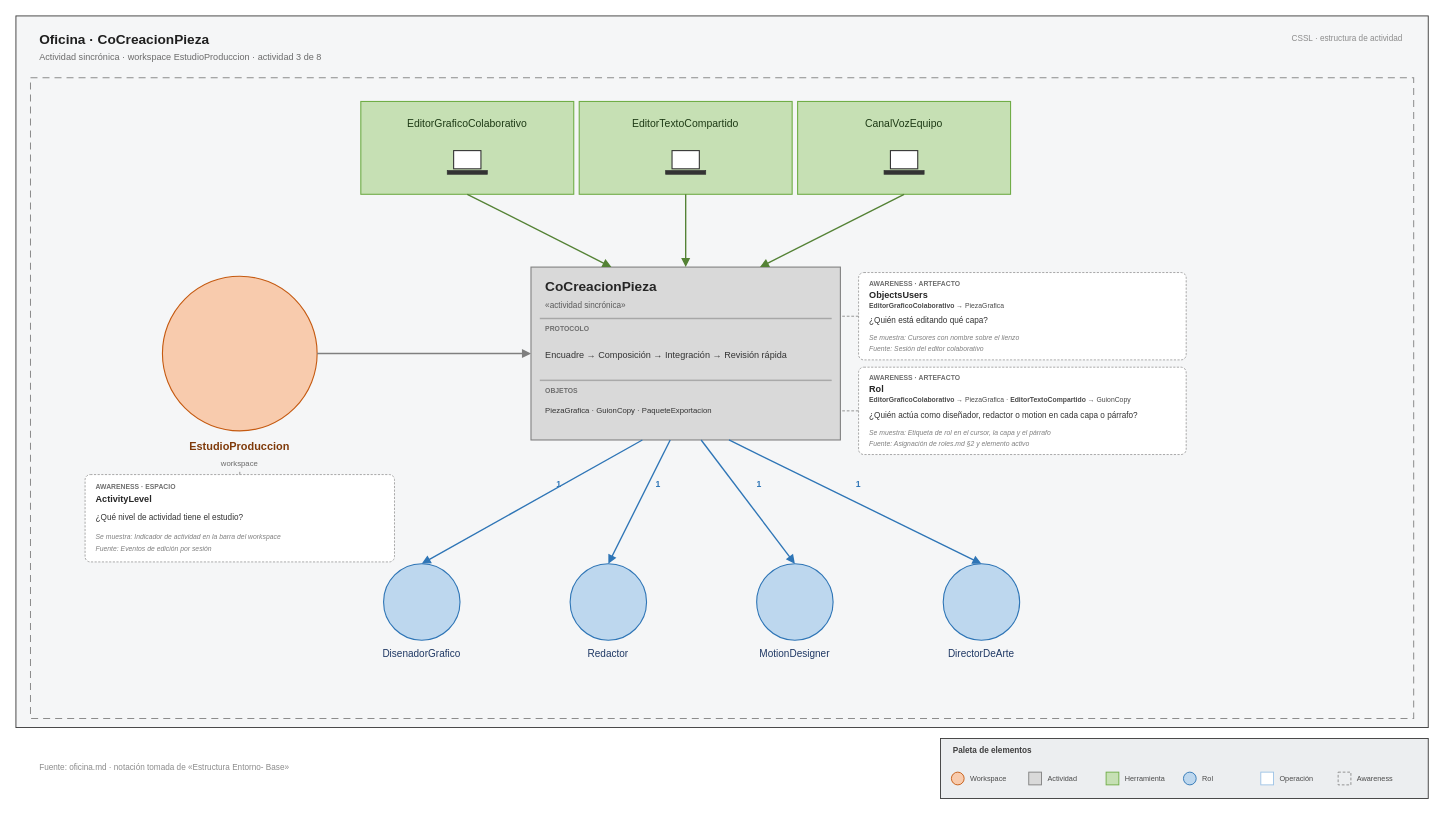
Before: page "3 · CoCreacionPieza" (3 of 8) of oficina/diagramas/02-actividades.drawio in lmbibbo/entornos, a draw.io diagram. Source tidied: cells renumbered, new cells numbered last; positions are measured from the earlier drawing's top-left corner, leaving out a move shared by most shapes. Both pictures are drawn from the tidied source at 91%, with x=0, y=0 at pixel (15, 15).
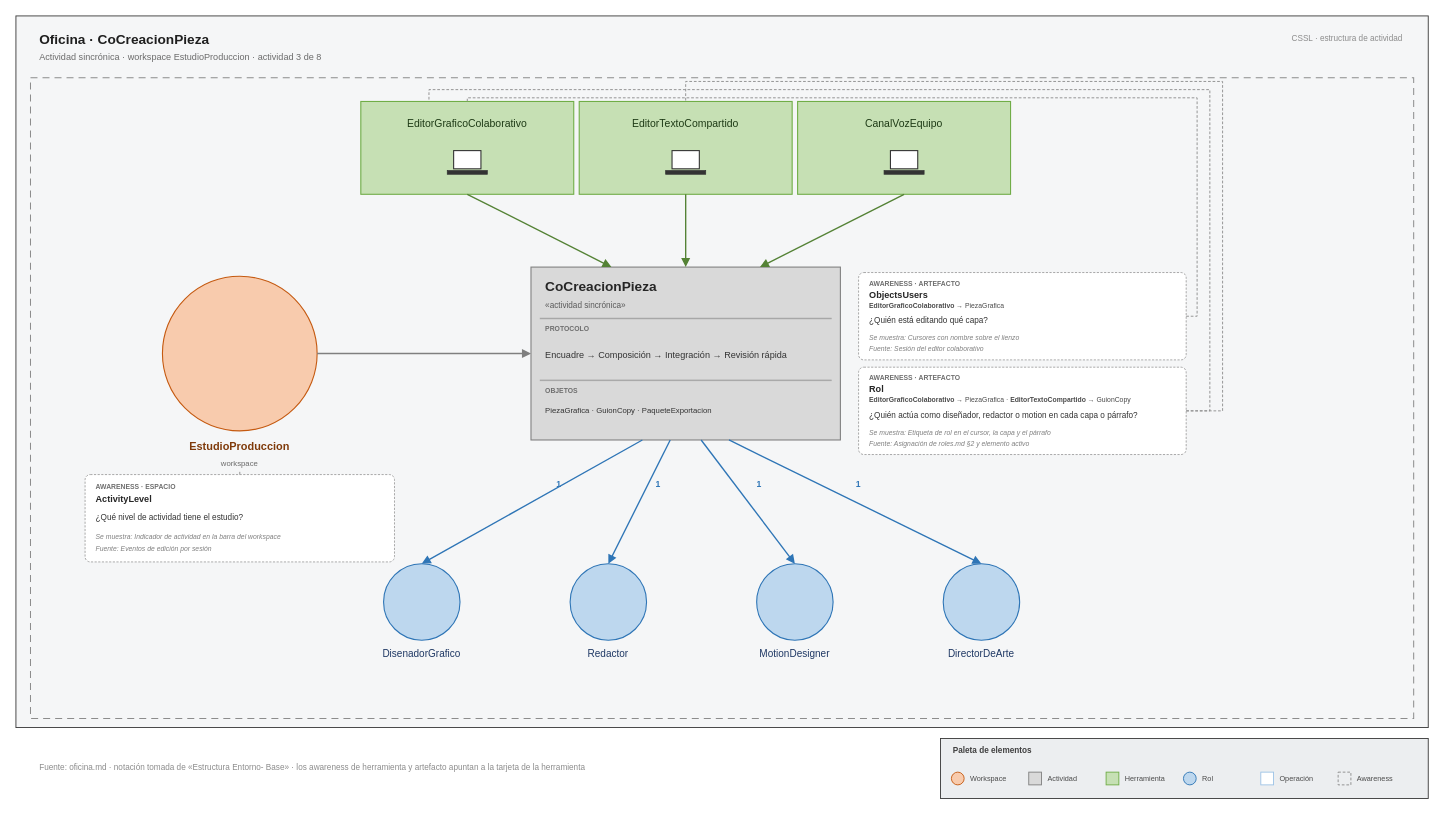
The same page after the edit.

Commit message (it also covers changes not shown here):
Añade detalles sobre el awareness de artefacto y herramienta en la documentación de oficina.md

Unchanged cells that the change refers to:
```xml
<mxCell id="9" value="workspace" style="rounded=0;whiteSpace=wrap;html=1;fillColor=none;strokeColor=none;fontFamily=Arial;fontSize=8.5;fontColor=#6B6B6B;align=center;verticalAlign=middle;" parent="1" vertex="1">
  <mxGeometry x="126" y="485" width="240" height="14" as="geometry" />
</mxCell>
<mxCell id="10" style="rounded=0;arcSize=0;whiteSpace=wrap;html=1;fillColor=#C6E0B4;strokeColor=#70AD47;strokeWidth=1.2;fontFamily=Arial;fontSize=11.0;fontColor=#333333;align=center;verticalAlign=middle;spacingLeft=0;spacingRight=0;" parent="1" vertex="1">
  <mxGeometry x="379" y="94" width="234" height="102" as="geometry" />
</mxCell>
<mxCell id="14" style="rounded=0;arcSize=0;whiteSpace=wrap;html=1;fillColor=#C6E0B4;strokeColor=#70AD47;strokeWidth=1.2;fontFamily=Arial;fontSize=11.0;fontColor=#333333;align=center;verticalAlign=middle;spacingLeft=0;spacingRight=0;" parent="1" vertex="1">
  <mxGeometry x="619" y="94" width="234" height="102" as="geometry" />
</mxCell>
<mxCell id="22" style="rounded=0;arcSize=0;whiteSpace=wrap;html=1;fillColor=#D9D9D9;strokeColor=#808080;strokeWidth=1.2;fontFamily=Arial;fontSize=11.0;fontColor=#333333;align=center;verticalAlign=middle;spacingLeft=0;spacingRight=0;" parent="1" vertex="1">
  <mxGeometry x="566" y="276" width="340" height="190" as="geometry" />
</mxCell>
<mxCell id="66" style="rounded=1;arcSize=6;whiteSpace=wrap;html=1;fillColor=#FFFFFF;strokeColor=#8C8C8C;strokeWidth=0.8;dashed=1;dashPattern=3 2;fontFamily=Arial;fontSize=9;fontColor=#333333;align=left;verticalAlign=top;spacingLeft=10;spacingRight=8;spacingTop=6;" parent="1" vertex="1">
  <mxGeometry x="76" y="504" width="340" height="96" as="geometry" />
</mxCell>
<mxCell id="73" style="rounded=1;arcSize=6;whiteSpace=wrap;html=1;fillColor=#FFFFFF;strokeColor=#8C8C8C;strokeWidth=0.8;dashed=1;dashPattern=3 2;fontFamily=Arial;fontSize=9;fontColor=#333333;align=left;verticalAlign=top;spacingLeft=10;spacingRight=8;spacingTop=6;" parent="1" vertex="1">
  <mxGeometry x="926" y="282" width="360" height="96" as="geometry" />
</mxCell>
<mxCell id="81" style="rounded=1;arcSize=6;whiteSpace=wrap;html=1;fillColor=#FFFFFF;strokeColor=#8C8C8C;strokeWidth=0.8;dashed=1;dashPattern=3 2;fontFamily=Arial;fontSize=9;fontColor=#333333;align=left;verticalAlign=top;spacingLeft=10;spacingRight=8;spacingTop=6;" parent="1" vertex="1">
  <mxGeometry x="926" y="386" width="360" height="96" as="geometry" />
</mxCell>
```

What changed in the source:
```diff
@@
-    <mxCell id="65" value="Fuente: oficina.md · notación tomada de «Estructura Entorno- Base»" style="rounded=0;whiteSpace=wrap;html=1;fillColor=none;strokeColor=none;fontFamily=Arial;fontSize=9.0;fontColor=#8C8C8C;align=left;verticalAlign=middle;" parent="1" vertex="1">
+    <mxCell id="65" value="Fuente: oficina.md · notación tomada de «Estructura Entorno- Base» · los awareness de herramienta y artefacto apuntan a la tarjeta de la herramienta" style="rounded=0;whiteSpace=wrap;html=1;fillColor=none;strokeColor=none;fontFamily=Arial;fontSize=9.0;fontColor=#8C8C8C;align=left;verticalAlign=middle;" parent="1" vertex="1">
       <mxGeometry x="24" y="818" width="780" height="16" as="geometry" />
     </mxCell>
@@
-    <mxCell id="72" style="edgeStyle=none;rounded=0;html=1;endArrow=none;endFill=1;endSize=6;strokeColor=#8C8C8C;strokeWidth=1.0;exitX=0.5000;exitY=0.0000;exitDx=0;exitDy=0;entryX=0.5000;entryY=1.0000;entryDx=0;entryDy=0;dashed=1;dashPattern=3 2;" parent="1" edge="1" source="66" target="9">
+    <mxCell id="72" style="edgeStyle=none;rounded=0;html=1;endArrow=none;endFill=1;endSize=6;strokeColor=#8C8C8C;strokeWidth=1.0;exitDx=0;exitDy=0;entryDx=0;entryDy=0;dashed=1;dashPattern=3 2;exitX=0.5000;exitY=0.0000;entryX=0.5000;entryY=1.0000;" parent="1" edge="1" source="66" target="9">
       <mxGeometry relative="1" as="geometry" />
     </mxCell>
@@
-    <mxCell id="80" style="edgeStyle=none;rounded=0;html=1;endArrow=none;endFill=1;endSize=6;strokeColor=#8C8C8C;strokeWidth=1.0;exitX=0.0000;exitY=0.5000;exitDx=0;exitDy=0;entryX=1.0000;entryY=0.2842;entryDx=0;entryDy=0;dashed=1;dashPattern=3 2;" parent="1" edge="1" source="73" target="22">
-      <mxGeometry relative="1" as="geometry" />
+    <mxCell id="80" style="edgeStyle=orthogonalEdgeStyle;rounded=0;html=1;endArrow=none;endFill=1;endSize=6;strokeColor=#8C8C8C;strokeWidth=1.0;exitDx=0;exitDy=0;entryDx=0;entryDy=0;dashed=1;dashPattern=3 2;exitX=1.0000;exitY=0.5000;entryX=0.5000;entryY=0.0000;" parent="1" edge="1" source="73" target="10">
+      <mxGeometry relative="1" as="geometry">
+        <Array as="points">
+          <mxPoint x="1298" y="330" />
+          <mxPoint x="1298" y="90" />
+          <mxPoint x="496" y="90" />
+        </Array>
+      </mxGeometry>
     </mxCell>
@@
-    <mxCell id="88" style="edgeStyle=none;rounded=0;html=1;endArrow=none;endFill=1;endSize=6;strokeColor=#8C8C8C;strokeWidth=1.0;exitX=0.0000;exitY=0.5000;exitDx=0;exitDy=0;entryX=1.0000;entryY=0.8316;entryDx=0;entryDy=0;dashed=1;dashPattern=3 2;" parent="1" edge="1" source="81" target="22">
-      <mxGeometry relative="1" as="geometry" />
+    <mxCell id="88" style="edgeStyle=orthogonalEdgeStyle;rounded=0;html=1;endArrow=none;endFill=1;endSize=6;strokeColor=#8C8C8C;strokeWidth=1.0;exitDx=0;exitDy=0;entryDx=0;entryDy=0;dashed=1;dashPattern=3 2;exitX=1.0000;exitY=0.5000;entryX=0.3200;entryY=0.0000;" parent="1" edge="1" source="81" target="10">
+      <mxGeometry relative="1" as="geometry">
+        <Array as="points">
+          <mxPoint x="1312" y="434" />
+          <mxPoint x="1312" y="81" />
+          <mxPoint x="453.9" y="81" />
+        </Array>
+      </mxGeometry>
     </mxCell>
+    <mxCell id="89" style="edgeStyle=orthogonalEdgeStyle;rounded=0;html=1;endArrow=none;endFill=1;endSize=6;strokeColor=#8C8C8C;strokeWidth=1.0;exitDx=0;exitDy=0;entryDx=0;entryDy=0;dashed=1;dashPattern=3 2;exitX=1.0000;exitY=0.5000;entryX=0.5000;entryY=0.0000;" parent="1" edge="1" source="81" target="14">
+      <mxGeometry relative="1" as="geometry">
+        <Array as="points">
+          <mxPoint x="1326" y="434" />
+          <mxPoint x="1326" y="72" />
+          <mxPoint x="736" y="72" />
+        </Array>
+      </mxGeometry>
+    </mxCell>
```
